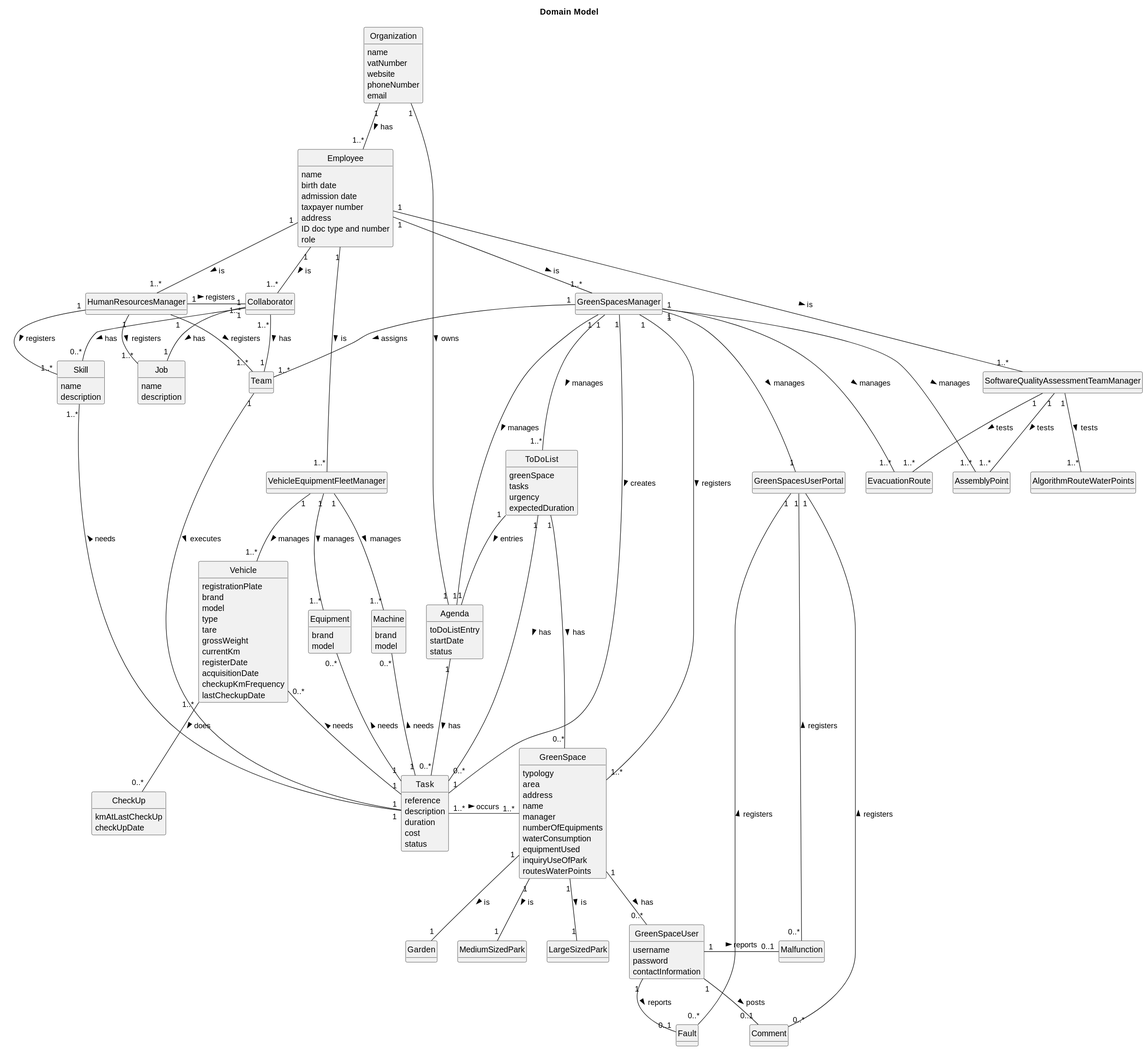
This is docs/sprintC/global-artifacts/02.analysis/svg/project-domain-model.svg from LopemigueISEP/lei-24-s2-1nb-g312, a PlantUML export, as it was before one commit.
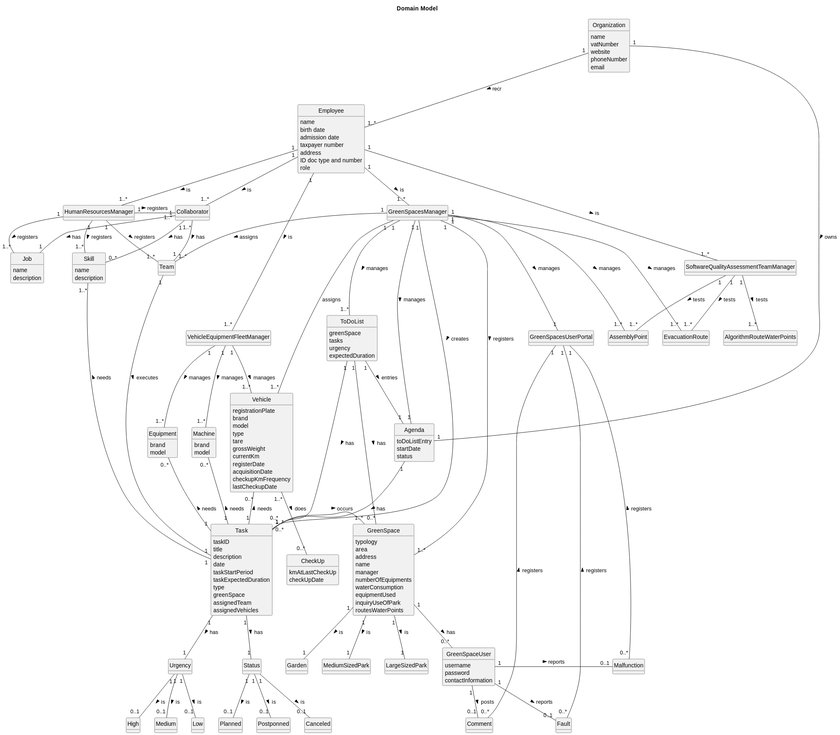
After the commit.

Diff of the diagram source:
```diff
@@ -37,12 +37,24 @@
     expectedDuration
 }
 class Task {
-    reference
+    taskID
+    title
     description
-    duration
-    cost
-    status
+    date
+    taskStartPeriod
+    taskExpectedDuration
+    type
+    greenSpace
+    assignedTeam
+    assignedVehicles
 }
+
+class Status {
+}
+
+class Urgency{
+}
+
 class GreenSpace {
     typology
     area
@@ -126,7 +138,7 @@
 }
 
 Organization "1" -- "1" Agenda : owns >
-Organization "1" -- "1..*" Employee : has >
+Organization "1" -- "1..*" Employee : recr >
 Employee "1" -- "1..*" HumanResourcesManager : is >
 Employee "1" -- "1..*" VehicleEquipmentFleetManager : is >
 Employee "1" -- "1..*" GreenSpacesManager : is >
@@ -147,6 +159,7 @@
 GreenSpacesManager "1" --- "1..*" AssemblyPoint : manages >
 GreenSpacesManager "1" --- "1..*" EvacuationRoute : manages >
 GreenSpacesManager "1" --- "1..*" ToDoList : manages >
+GreenSpacesManager "1" --- "1..*" Vehicle: assigns
 Collaborator "1" -- "1" Job : has >
 Collaborator "1" -- "0..*" Skill : has >
 Collaborator "1..*" -- "1" Team : has >
@@ -178,4 +191,12 @@
 ToDoList "1" -- "0..*" Task : has >
 ToDoList "1" -- "0..*" GreenSpace : has >
 ToDoList "1" -- "1" Agenda : entries >
+Task "1" -- "1" Status : has >
+Task "1" -- "1" Urgency : has >
+Status "1" -- "0..1" Planned : is >
+Status "1" -- "0..1" Postponned : is >
+Status "1" -- "0..1" Canceled : is >
+Urgency "1" -- "0..1" High : is >
+Urgency "1" -- "0..1" Medium : is >
+Urgency "1" -- "0..1" Low : is >
 @enduml
```
